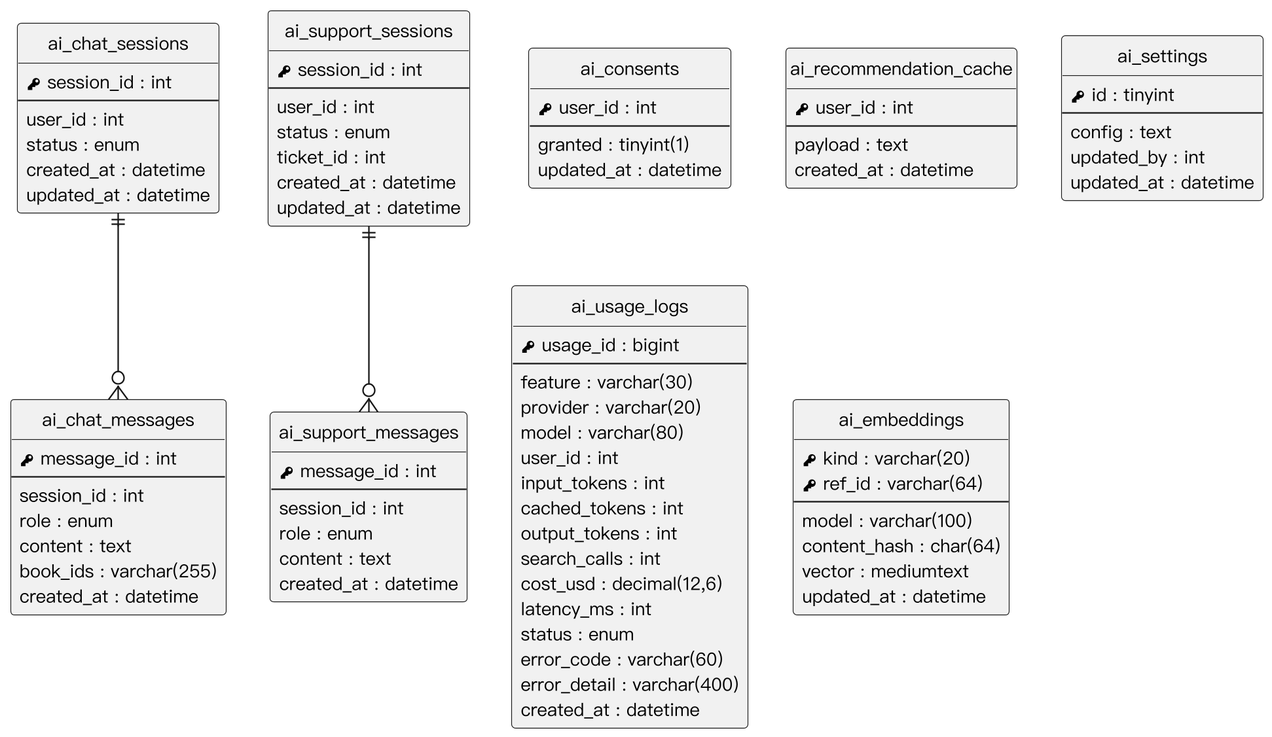
Earlier version of the PlantUML export Diagrams/Relational Tables/v3/er_ai_support.png (SaveMyBook/SaveMyBook).
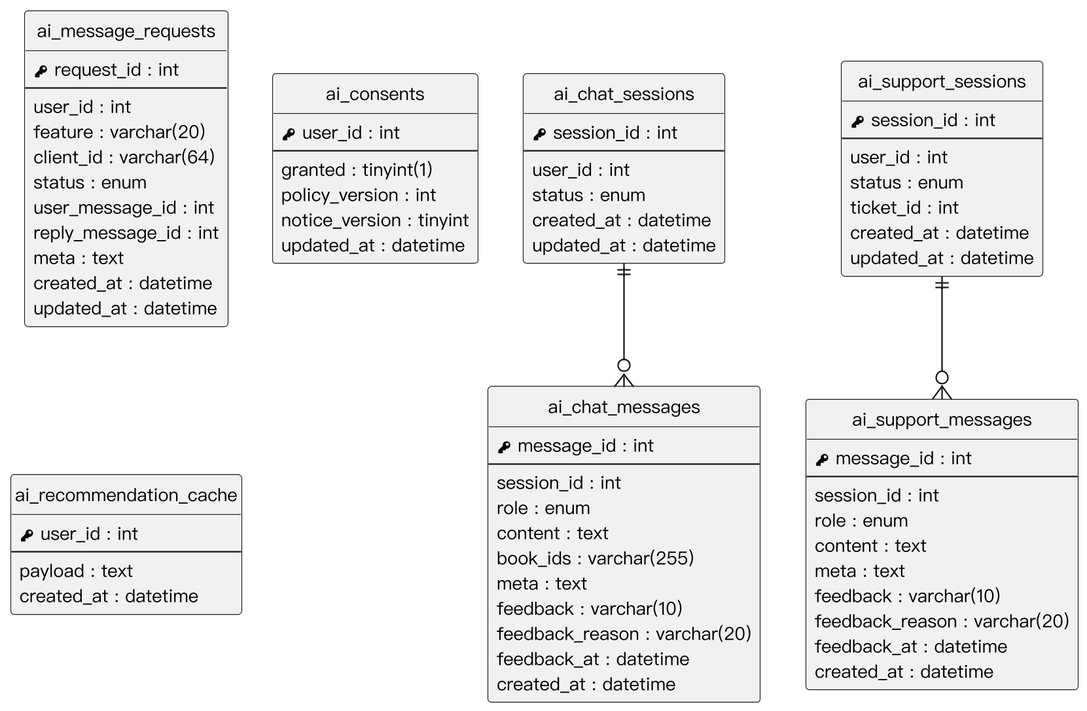
After the commit.

The edit, as a diff of the source:
```diff
@@ -25,6 +25,10 @@
   {field} role : enum
   {field} content : text
   {field} book_ids : varchar(255)
+  {field} meta : text
+  {field} feedback : varchar(10)
+  {field} feedback_reason : varchar(20)
+  {field} feedback_at : datetime
   {field} created_at : datetime
 }
 entity "ai_support_sessions" as ai_support_sessions {
@@ -42,12 +46,31 @@
   {field} session_id : int
   {field} role : enum
   {field} content : text
+  {field} meta : text
+  {field} feedback : varchar(10)
+  {field} feedback_reason : varchar(20)
+  {field} feedback_at : datetime
   {field} created_at : datetime
+}
+entity "ai_message_requests" as ai_message_requests {
+  {field} <&key> request_id : int
+  --
+  {field} user_id : int
+  {field} feature : varchar(20)
+  {field} client_id : varchar(64)
+  {field} status : enum
+  {field} user_message_id : int
+  {field} reply_message_id : int
+  {field} meta : text
+  {field} created_at : datetime
+  {field} updated_at : datetime
 }
 entity "ai_consents" as ai_consents {
   {field} <&key> user_id : int
   --
   {field} granted : tinyint(1)
+  {field} policy_version : int
+  {field} notice_version : tinyint
   {field} updated_at : datetime
 }
 entity "ai_recommendation_cache" as ai_recommendation_cache {
@@ -56,42 +79,6 @@
   {field} payload : text
   {field} created_at : datetime
 }
-entity "ai_settings" as ai_settings {
-  {field} <&key> id : tinyint
-  --
-  {field} config : text
-  {field} updated_by : int
-  {field} updated_at : datetime
-}
-entity "ai_usage_logs" as ai_usage_logs {
-  {field} <&key> usage_id : bigint
-  --
-  {field} feature : varchar(30)
-  {field} provider : varchar(20)
-  {field} model : varchar(80)
-  {field} user_id : int
-  {field} input_tokens : int
-  {field} cached_tokens : int
-  {field} output_tokens : int
-  {field} search_calls : int
-  {field} cost_usd : decimal(12,6)
-  {field} latency_ms : int
-  {field} status : enum
-  {field} error_code : varchar(60)
-  {field} error_detail : varchar(400)
-  {field} created_at : datetime
-}
-entity "ai_embeddings" as ai_embeddings {
-  {field} <&key> kind : varchar(20)
-  {field} <&key> ref_id : varchar(64)
-  --
-  {field} model : varchar(100)
-  {field} content_hash : char(64)
-  {field} vector : mediumtext
-  {field} updated_at : datetime
-}
 ai_chat_sessions ||--o{ ai_chat_messages
 ai_support_sessions ||--o{ ai_support_messages
-ai_consents -[hidden]down- ai_usage_logs
-ai_recommendation_cache -[hidden]down- ai_embeddings
 @enduml
```
